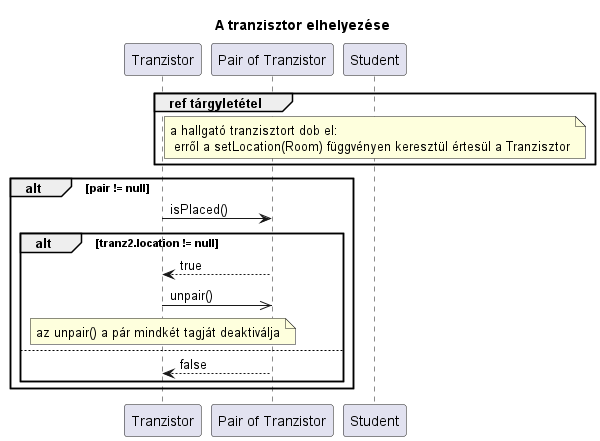
Above: out/diagramms/src/transistor/place.png in kipolaris/skyrimscriptsuttogok (PlantUML), before the change.
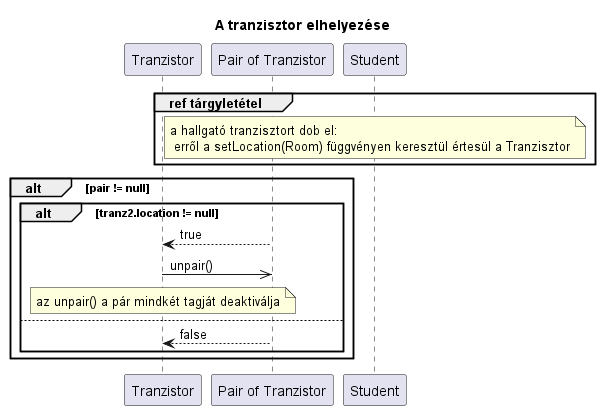
Later version of the same file.

Change to the diagram source:
```diff
@@ -11,7 +11,6 @@
 end
 
 alt pair != null
-    tranz1->tranz2 : isPlaced()
     alt tranz2.location != null
         tranz2-->tranz1 : true
         tranz1->>tranz2 : unpair()
```
